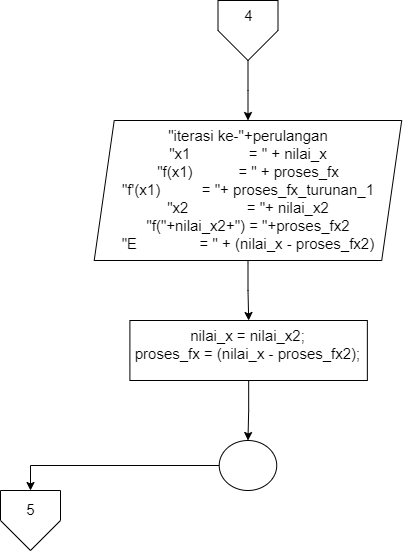
Above: Page/page 8.png in indyadirak/algoritma-newton-raptor (draw.io), before the change. Source tidied: cells renumbered, new cells last; positions are measured from the earlier drawing's top-left corner, leaving out a move shared by most shapes.
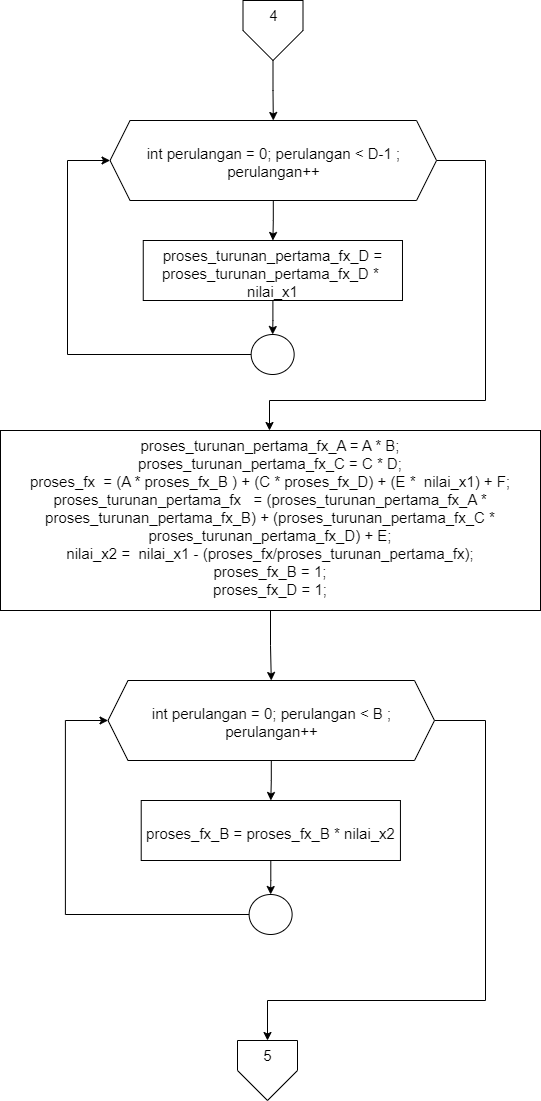
Later version of the same file.

Change to the diagram source:
```diff
@@ -2,7 +2,7 @@
   <root>
     <mxCell id="0" />
     <mxCell id="1" parent="0" />
-    <mxCell id="2" style="edgeStyle=orthogonalEdgeStyle;rounded=0;jettySize=auto;html=1;fontSize=15;" parent="1" edge="1" source="3" target="6">
+    <mxCell id="2" style="edgeStyle=orthogonalEdgeStyle;rounded=0;jettySize=auto;html=1;fontSize=15;" parent="1" edge="1" source="3" target="7">
       <mxGeometry relative="1" as="geometry" />
     </mxCell>
     <mxCell id="3" style="verticalLabelPosition=bottom;verticalAlign=top;html=1;shape=offPageConnector;rounded=0;size=0.5;strokeColor=#000000;fontSize=15;gradientColor=#FFFFFF;" parent="1" vertex="1">
@@ -11,29 +11,81 @@
     <mxCell id="4" value="4" style="text;html=1;align=center;verticalAlign=middle;strokeColor=none;fillColor=none;fontSize=15;" parent="1" vertex="1">
       <mxGeometry x="232.6" width="30" height="30" as="geometry" />
     </mxCell>
-    <mxCell id="5" style="edgeStyle=orthogonalEdgeStyle;rounded=0;jettySize=auto;html=1;fontSize=15;" parent="1" edge="1" source="6" target="8">
+    <mxCell id="5" style="edgeStyle=orthogonalEdgeStyle;rounded=0;jettySize=auto;html=1;fontSize=15;" parent="1" edge="1" source="7" target="9">
       <mxGeometry relative="1" as="geometry" />
     </mxCell>
-    <mxCell id="6" value="&lt;div&gt;&lt;span style=&quot;font-size: 15px;&quot;&gt;&quot;iterasi ke-&quot;+perulangan&lt;/span&gt;&lt;/div&gt;&lt;div&gt;&lt;span style=&quot;font-size: 15px;&quot;&gt;&quot;x1&amp;nbsp; &amp;nbsp; &amp;nbsp; &amp;nbsp; &amp;nbsp; &amp;nbsp; &amp;nbsp; = &quot; + nilai_x&lt;/span&gt;&lt;/div&gt;&lt;div&gt;&lt;span style=&quot;font-size: 15px;&quot;&gt;&quot;f(x1)&amp;nbsp; &amp;nbsp; &amp;nbsp; &amp;nbsp; &amp;nbsp; &amp;nbsp;= &quot; + proses_fx&lt;/span&gt;&lt;/div&gt;&lt;div&gt;&lt;span style=&quot;font-size: 15px;&quot;&gt;&quot;f'(x1)&amp;nbsp; &amp;nbsp; &amp;nbsp; &amp;nbsp; &amp;nbsp; = &quot;+ proses_fx_turunan_1&lt;/span&gt;&lt;/div&gt;&lt;div&gt;&lt;span style=&quot;font-size: 15px;&quot;&gt;&quot;x2&amp;nbsp; &amp;nbsp; &amp;nbsp; &amp;nbsp; &amp;nbsp; &amp;nbsp; &amp;nbsp; = &quot;+ nilai_x2&lt;/span&gt;&lt;/div&gt;&lt;div&gt;&lt;span style=&quot;font-size: 15px;&quot;&gt;&quot;f(&quot;+nilai_x2+&quot;) = &quot;+proses_fx2&lt;/span&gt;&lt;/div&gt;&lt;div&gt;&lt;span style=&quot;font-size: 15px;&quot;&gt;&quot;E&amp;nbsp; &amp;nbsp; &amp;nbsp; &amp;nbsp; &amp;nbsp; &amp;nbsp; &amp;nbsp; &amp;nbsp;= &quot; + (nilai_x - proses_fx2)&lt;/span&gt;&lt;/div&gt;" style="shape=parallelogram;perimeter=parallelogramPerimeter;whiteSpace=wrap;html=1;fixedSize=1;fontSize=15;verticalAlign=top;strokeColor=#000000;rounded=0;gradientColor=#FFFFFF;" parent="1" vertex="1">
-      <mxGeometry x="93.7" y="120" width="307.5" height="140" as="geometry" />
+    <mxCell id="6" style="edgeStyle=orthogonalEdgeStyle;rounded=0;jettySize=auto;html=1;fontSize=15;" parent="1" edge="1" source="7" target="13">
+      <mxGeometry relative="1" as="geometry">
+        <Array as="points">
+          <mxPoint x="460" y="160" />
+          <mxPoint x="460" y="400" />
+          <mxPoint x="244" y="400" />
+        </Array>
+      </mxGeometry>
     </mxCell>
-    <mxCell id="7" style="edgeStyle=orthogonalEdgeStyle;rounded=0;jettySize=auto;html=1;fontSize=15;" parent="1" edge="1" source="8" target="10">
-      <mxGeometry relative="1" as="geometry" />
+    <mxCell id="7" value="&lt;br&gt;int perulangan = 0; perulangan &amp;lt; D-1 ; perulangan++" style="shape=hexagon;perimeter=hexagonPerimeter2;whiteSpace=wrap;html=1;fixedSize=1;fontSize=15;verticalAlign=top;rounded=0;align=center;" parent="1" vertex="1">
+      <mxGeometry x="84.5" y="120" width="326.5" height="80" as="geometry" />
     </mxCell>
-    <mxCell id="8" value="&lt;div&gt;&lt;span style=&quot;font-size: 15px;&quot;&gt;nilai_x = nilai_x2;&lt;/span&gt;&lt;/div&gt;&lt;div&gt;&lt;span style=&quot;font-size: 15px;&quot;&gt;proses_fx = (nilai_x - proses_fx2);&lt;/span&gt;&lt;/div&gt;" style="whiteSpace=wrap;html=1;fontSize=15;verticalAlign=top;strokeColor=#000000;rounded=0;gradientColor=#FFFFFF;" parent="1" vertex="1">
-      <mxGeometry x="129.4" y="320" width="237.5" height="60" as="geometry" />
+    <mxCell id="8" style="edgeStyle=orthogonalEdgeStyle;rounded=0;jettySize=auto;html=1;fontSize=15;" parent="1" edge="1" source="9" target="11">
+      <mxGeometry relative="1" as="geometry" />
     </mxCell>
-    <mxCell id="9" style="edgeStyle=orthogonalEdgeStyle;rounded=0;jettySize=auto;html=1;entryX=0.5;entryY=0;entryDx=0;entryDy=0;fontSize=15;" parent="1" edge="1" source="10" target="11">
-      <mxGeometry relative="1" as="geometry" />
+    <mxCell id="9" value="proses_turunan_pertama_fx_D = proses_turunan_pertama_fx_D *&amp;nbsp; nilai_x1" style="whiteSpace=wrap;html=1;fontSize=15;verticalAlign=top;rounded=0;" parent="1" vertex="1">
+      <mxGeometry x="117.8" y="240" width="259.2" height="60" as="geometry" />
     </mxCell>
-    <mxCell id="10" style="ellipse;whiteSpace=wrap;html=1;fontSize=15;verticalAlign=top;rounded=0;" parent="1" vertex="1">
-      <mxGeometry x="218.7" y="440" width="57.5" height="50" as="geometry" />
+    <mxCell id="10" style="edgeStyle=orthogonalEdgeStyle;rounded=0;jettySize=auto;html=1;entryX=0;entryY=0.5;entryDx=0;entryDy=0;fontSize=15;" parent="1" edge="1" source="11" target="7">
+      <mxGeometry relative="1" as="geometry">
+        <Array as="points">
+          <mxPoint x="42" y="354" />
+          <mxPoint x="42" y="160" />
+        </Array>
+      </mxGeometry>
     </mxCell>
-    <mxCell id="11" style="verticalLabelPosition=bottom;verticalAlign=top;html=1;shape=offPageConnector;rounded=0;size=0.5;strokeColor=#000000;fontSize=15;gradientColor=#FFFFFF;" parent="1" vertex="1">
-      <mxGeometry y="490" width="60" height="60" as="geometry" />
+    <mxCell id="11" style="ellipse;whiteSpace=wrap;html=1;fontSize=15;verticalAlign=top;rounded=0;" parent="1" vertex="1">
+      <mxGeometry x="225.7" y="334" width="43" height="40" as="geometry" />
     </mxCell>
-    <mxCell id="12" value="5" style="text;html=1;align=center;verticalAlign=middle;strokeColor=none;fillColor=none;fontSize=15;" parent="1" vertex="1">
-      <mxGeometry x="14.8" y="494" width="30" height="30" as="geometry" />
+    <mxCell id="12" style="edgeStyle=orthogonalEdgeStyle;rounded=0;jettySize=auto;html=1;fontSize=15;" parent="1" edge="1" source="13" target="16">
+      <mxGeometry relative="1" as="geometry" />
     </mxCell>
+    <mxCell id="13" value="&lt;div&gt;proses_turunan_pertama_fx_A = A * B;&lt;/div&gt;&lt;div&gt;proses_turunan_pertama_fx_C = C * D;&lt;/div&gt;&lt;div&gt;proses_fx&amp;nbsp; = (A * proses_fx_B ) + (C * proses_fx_D) + (E *&amp;nbsp; nilai_x1) + F;&lt;/div&gt;&lt;div&gt;proses_turunan_pertama_fx&amp;nbsp; &amp;nbsp;= (proses_turunan_pertama_fx_A * proses_turunan_pertama_fx_B) + (proses_turunan_pertama_fx_C * proses_turunan_pertama_fx_D) + E;&lt;/div&gt;&lt;div&gt;nilai_x2 =&amp;nbsp; nilai_x1 - (proses_fx/proses_turunan_pertama_fx);&lt;/div&gt;&lt;div&gt;proses_fx_B = 1;&lt;/div&gt;&lt;div&gt;proses_fx_D = 1;&lt;/div&gt;" style="whiteSpace=wrap;html=1;fontSize=15;verticalAlign=top;rounded=0;" parent="1" vertex="1">
+      <mxGeometry x="-25" y="430" width="540" height="180" as="geometry" />
+    </mxCell>
+    <mxCell id="14" style="edgeStyle=orthogonalEdgeStyle;rounded=0;jettySize=auto;html=1;fontSize=15;" parent="1" edge="1" source="16" target="18">
+      <mxGeometry relative="1" as="geometry" />
+    </mxCell>
+    <mxCell id="15" style="edgeStyle=orthogonalEdgeStyle;rounded=0;jettySize=auto;html=1;fontSize=15;" parent="1" edge="1" source="16" target="21">
+      <mxGeometry relative="1" as="geometry">
+        <Array as="points">
+          <mxPoint x="460" y="720" />
+          <mxPoint x="460" y="1000" />
+          <mxPoint x="242" y="1000" />
+        </Array>
+      </mxGeometry>
+    </mxCell>
+    <mxCell id="16" value="&lt;br&gt;int perulangan = 0; perulangan &amp;lt; B ; perulangan++" style="shape=hexagon;perimeter=hexagonPerimeter2;whiteSpace=wrap;html=1;fixedSize=1;fontSize=15;verticalAlign=top;rounded=0;align=center;" parent="1" vertex="1">
+      <mxGeometry x="82.5" y="680" width="326.5" height="80" as="geometry" />
+    </mxCell>
+    <mxCell id="17" style="edgeStyle=orthogonalEdgeStyle;rounded=0;jettySize=auto;html=1;fontSize=15;" parent="1" edge="1" source="18" target="20">
+      <mxGeometry relative="1" as="geometry" />
+    </mxCell>
+    <mxCell id="18" value="&lt;br&gt;proses_fx_B = proses_fx_B * nilai_x2" style="whiteSpace=wrap;html=1;fontSize=15;verticalAlign=top;rounded=0;" parent="1" vertex="1">
+      <mxGeometry x="115.7" y="800" width="259.2" height="60" as="geometry" />
+    </mxCell>
+    <mxCell id="19" style="edgeStyle=orthogonalEdgeStyle;rounded=0;jettySize=auto;html=1;entryX=0;entryY=0.5;entryDx=0;entryDy=0;fontSize=15;" parent="1" edge="1" source="20" target="16">
+      <mxGeometry relative="1" as="geometry">
+        <Array as="points">
+          <mxPoint x="39.9" y="914" />
+          <mxPoint x="39.9" y="720" />
+        </Array>
+      </mxGeometry>
+    </mxCell>
+    <mxCell id="20" style="ellipse;whiteSpace=wrap;html=1;fontSize=15;verticalAlign=top;rounded=0;" parent="1" vertex="1">
+      <mxGeometry x="223.6" y="894" width="43" height="40" as="geometry" />
+    </mxCell>
+    <mxCell id="21" style="verticalLabelPosition=bottom;verticalAlign=top;html=1;shape=offPageConnector;rounded=0;size=0.5;strokeColor=#000000;fontSize=15;gradientColor=#FFFFFF;" parent="1" vertex="1">
+      <mxGeometry x="212" y="1040" width="60" height="60" as="geometry" />
+    </mxCell>
+    <mxCell id="22" value="5" style="text;html=1;align=center;verticalAlign=middle;strokeColor=none;fillColor=none;fontSize=15;" parent="1" vertex="1">
+      <mxGeometry x="227.1" y="1040" width="30" height="30" as="geometry" />
+    </mxCell>
   </root>
 </mxGraphModel>
```
